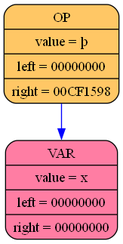
aywert/DIFFERENCIATOR keeps this Graphviz diagram as log_folder_differenciator/differenciator_graph.png. Above is the earlier version. Its source is kept beside it as log_folder_differenciator/differenciator_graph.dot.
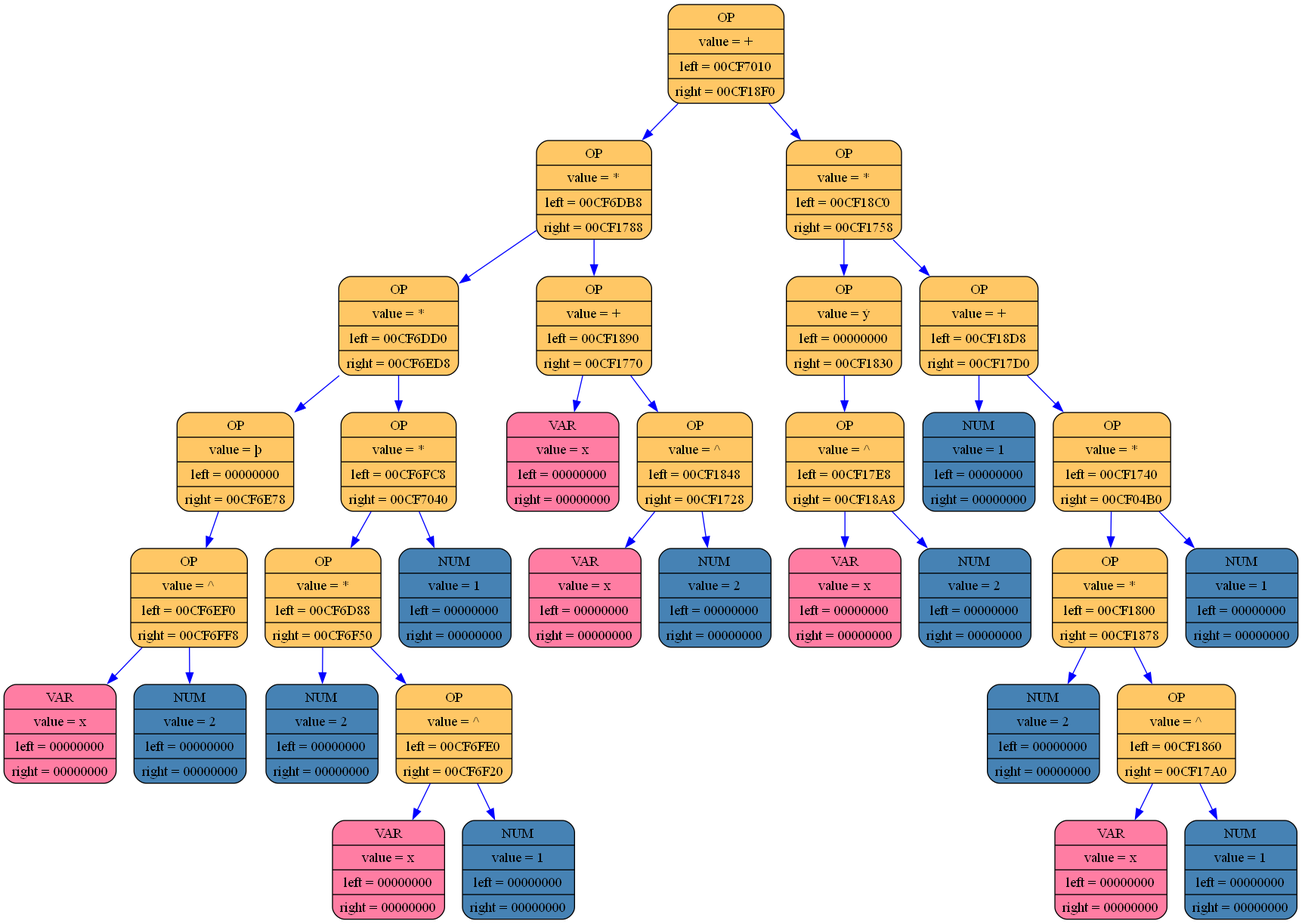
The same file after the commit.

The edit, as a diff of the source:
```diff
@@ -1,7 +1,69 @@
 digraph list
 {
 rankdir=HR;
-	13571508 [shape = Mrecord; style = filled; fillcolor="#ffc765"; color = "#000000"; fontcolor = "#000000"; label = "{ OP | value = þ | left = 00000000| right = 00CF1598}"];
-	13571508 -> 13571484 [color="blue"]
-	13571484 [shape = Mrecord; style = filled; fillcolor="#ff7da3"; color = "#000000"; fontcolor = "#000000"; label = "{ VAR | value = x | left = 00000000| right = 00000000}"];
+	13594140 [shape = Mrecord; style = filled; fillcolor="#ffc765"; color = "#000000"; fontcolor = "#000000"; label = "{ OP | value = + | left = 00CF7010| right = 00CF18F0}"];
+	13594140 -> 13594644 [color="blue"]
+	13594644 [shape = Mrecord; style = filled; fillcolor="#ffc765"; color = "#000000"; fontcolor = "#000000"; label = "{ OP | value = * | left = 00CF6DB8| right = 00CF1788}"];
+	13594644 -> 13594044 [color="blue"]
+	13594044 [shape = Mrecord; style = filled; fillcolor="#ffc765"; color = "#000000"; fontcolor = "#000000"; label = "{ OP | value = * | left = 00CF6DD0| right = 00CF6ED8}"];
+	13594044 -> 13594068 [color="blue"]
+	13594068 [shape = Mrecord; style = filled; fillcolor="#ffc765"; color = "#000000"; fontcolor = "#000000"; label = "{ OP | value = þ | left = 00000000| right = 00CF6E78}"];
+	13594068 -> 13594236 [color="blue"]
+	13594236 [shape = Mrecord; style = filled; fillcolor="#ffc765"; color = "#000000"; fontcolor = "#000000"; label = "{ OP | value = ^ | left = 00CF6EF0| right = 00CF6FF8}"];
+	13594236 -> 13594356 [color="blue"]
+	13594356 [shape = Mrecord; style = filled; fillcolor="#ff7da3"; color = "#000000"; fontcolor = "#000000"; label = "{ VAR | value = x | left = 00000000| right = 00000000}"];
+	13594236 -> 13594620 [color="blue"]
+	13594620 [shape = Mrecord; style = filled; fillcolor="#4682b4"; color = "#000000"; fontcolor = "#000000"; label = "{ NUM | value = 2 | left = 00000000| right = 00000000}"];
+	13594044 -> 13594332 [color="blue"]
+	13594332 [shape = Mrecord; style = filled; fillcolor="#ffc765"; color = "#000000"; fontcolor = "#000000"; label = "{ OP | value = * | left = 00CF6FC8| right = 00CF7040}"];
+	13594332 -> 13594572 [color="blue"]
+	13594572 [shape = Mrecord; style = filled; fillcolor="#ffc765"; color = "#000000"; fontcolor = "#000000"; label = "{ OP | value = * | left = 00CF6D88| right = 00CF6F50}"];
+	13594572 -> 13593996 [color="blue"]
+	13593996 [shape = Mrecord; style = filled; fillcolor="#4682b4"; color = "#000000"; fontcolor = "#000000"; label = "{ NUM | value = 2 | left = 00000000| right = 00000000}"];
+	13594572 -> 13594452 [color="blue"]
+	13594452 [shape = Mrecord; style = filled; fillcolor="#ffc765"; color = "#000000"; fontcolor = "#000000"; label = "{ OP | value = ^ | left = 00CF6FE0| right = 00CF6F20}"];
+	13594452 -> 13594596 [color="blue"]
+	13594596 [shape = Mrecord; style = filled; fillcolor="#ff7da3"; color = "#000000"; fontcolor = "#000000"; label = "{ VAR | value = x | left = 00000000| right = 00000000}"];
+	13594452 -> 13594404 [color="blue"]
+	13594404 [shape = Mrecord; style = filled; fillcolor="#4682b4"; color = "#000000"; fontcolor = "#000000"; label = "{ NUM | value = 1 | left = 00000000| right = 00000000}"];
+	13594332 -> 13594692 [color="blue"]
+	13594692 [shape = Mrecord; style = filled; fillcolor="#4682b4"; color = "#000000"; fontcolor = "#000000"; label = "{ NUM | value = 1 | left = 00000000| right = 00000000}"];
+	13594644 -> 13571980 [color="blue"]
+	13571980 [shape = Mrecord; style = filled; fillcolor="#ffc765"; color = "#000000"; fontcolor = "#000000"; label = "{ OP | value = + | left = 00CF1890| right = 00CF1770}"];
+	13571980 -> 13572244 [color="blue"]
+	13572244 [shape = Mrecord; style = filled; fillcolor="#ff7da3"; color = "#000000"; fontcolor = "#000000"; label = "{ VAR | value = x | left = 00000000| right = 00000000}"];
+	13571980 -> 13571956 [color="blue"]
+	13571956 [shape = Mrecord; style = filled; fillcolor="#ffc765"; color = "#000000"; fontcolor = "#000000"; label = "{ OP | value = ^ | left = 00CF1848| right = 00CF1728}"];
+	13571956 -> 13572172 [color="blue"]
+	13572172 [shape = Mrecord; style = filled; fillcolor="#ff7da3"; color = "#000000"; fontcolor = "#000000"; label = "{ VAR | value = x | left = 00000000| right = 00000000}"];
+	13571956 -> 13571884 [color="blue"]
+	13571884 [shape = Mrecord; style = filled; fillcolor="#4682b4"; color = "#000000"; fontcolor = "#000000"; label = "{ NUM | value = 2 | left = 00000000| right = 00000000}"];
+	13594140 -> 13572340 [color="blue"]
+	13572340 [shape = Mrecord; style = filled; fillcolor="#ffc765"; color = "#000000"; fontcolor = "#000000"; label = "{ OP | value = * | left = 00CF18C0| right = 00CF1758}"];
+	13572340 -> 13572292 [color="blue"]
+	13572292 [shape = Mrecord; style = filled; fillcolor="#ffc765"; color = "#000000"; fontcolor = "#000000"; label = "{ OP | value = ý | left = 00000000| right = 00CF1830}"];
+	13572292 -> 13572148 [color="blue"]
+	13572148 [shape = Mrecord; style = filled; fillcolor="#ffc765"; color = "#000000"; fontcolor = "#000000"; label = "{ OP | value = ^ | left = 00CF17E8| right = 00CF18A8}"];
+	13572148 -> 13572076 [color="blue"]
+	13572076 [shape = Mrecord; style = filled; fillcolor="#ff7da3"; color = "#000000"; fontcolor = "#000000"; label = "{ VAR | value = x | left = 00000000| right = 00000000}"];
+	13572148 -> 13572268 [color="blue"]
+	13572268 [shape = Mrecord; style = filled; fillcolor="#4682b4"; color = "#000000"; fontcolor = "#000000"; label = "{ NUM | value = 2 | left = 00000000| right = 00000000}"];
+	13572340 -> 13571932 [color="blue"]
+	13571932 [shape = Mrecord; style = filled; fillcolor="#ffc765"; color = "#000000"; fontcolor = "#000000"; label = "{ OP | value = + | left = 00CF18D8| right = 00CF17D0}"];
+	13571932 -> 13572316 [color="blue"]
+	13572316 [shape = Mrecord; style = filled; fillcolor="#4682b4"; color = "#000000"; fontcolor = "#000000"; label = "{ NUM | value = 1 | left = 00000000| right = 00000000}"];
+	13571932 -> 13572052 [color="blue"]
+	13572052 [shape = Mrecord; style = filled; fillcolor="#ffc765"; color = "#000000"; fontcolor = "#000000"; label = "{ OP | value = * | left = 00CF1740| right = 00CF04B0}"];
+	13572052 -> 13571908 [color="blue"]
+	13571908 [shape = Mrecord; style = filled; fillcolor="#ffc765"; color = "#000000"; fontcolor = "#000000"; label = "{ OP | value = * | left = 00CF1800| right = 00CF1878}"];
+	13571908 -> 13572100 [color="blue"]
+	13572100 [shape = Mrecord; style = filled; fillcolor="#4682b4"; color = "#000000"; fontcolor = "#000000"; label = "{ NUM | value = 2 | left = 00000000| right = 00000000}"];
+	13571908 -> 13572220 [color="blue"]
+	13572220 [shape = Mrecord; style = filled; fillcolor="#ffc765"; color = "#000000"; fontcolor = "#000000"; label = "{ OP | value = ^ | left = 00CF1860| right = 00CF17A0}"];
+	13572220 -> 13572196 [color="blue"]
+	13572196 [shape = Mrecord; style = filled; fillcolor="#ff7da3"; color = "#000000"; fontcolor = "#000000"; label = "{ VAR | value = x | left = 00000000| right = 00000000}"];
+	13572220 -> 13572004 [color="blue"]
+	13572004 [shape = Mrecord; style = filled; fillcolor="#4682b4"; color = "#000000"; fontcolor = "#000000"; label = "{ NUM | value = 1 | left = 00000000| right = 00000000}"];
+	13572052 -> 13567156 [color="blue"]
+	13567156 [shape = Mrecord; style = filled; fillcolor="#4682b4"; color = "#000000"; fontcolor = "#000000"; label = "{ NUM | value = 1 | left = 00000000| right = 00000000}"];
 	}
```
